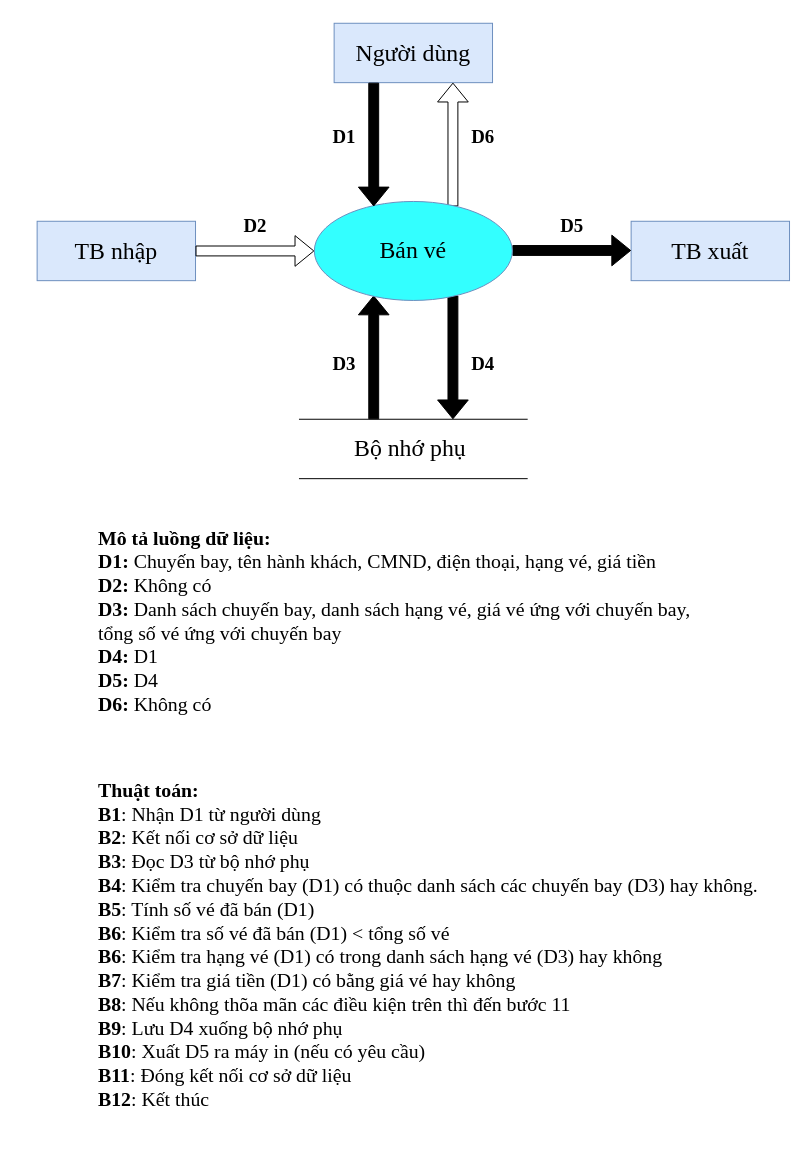
The draw.io diagram DFD/yc2_luu_tru.drawio in phat9824/Flight_ticket_manegement, before the edit. Source tidied: cells renumbered, new cells numbered last; positions are measured from the earlier drawing's top-left corner, leaving out a move shared by most shapes. Both pictures are drawn from the tidied source at 99%, with x=0, y=0 at pixel (37, 23).
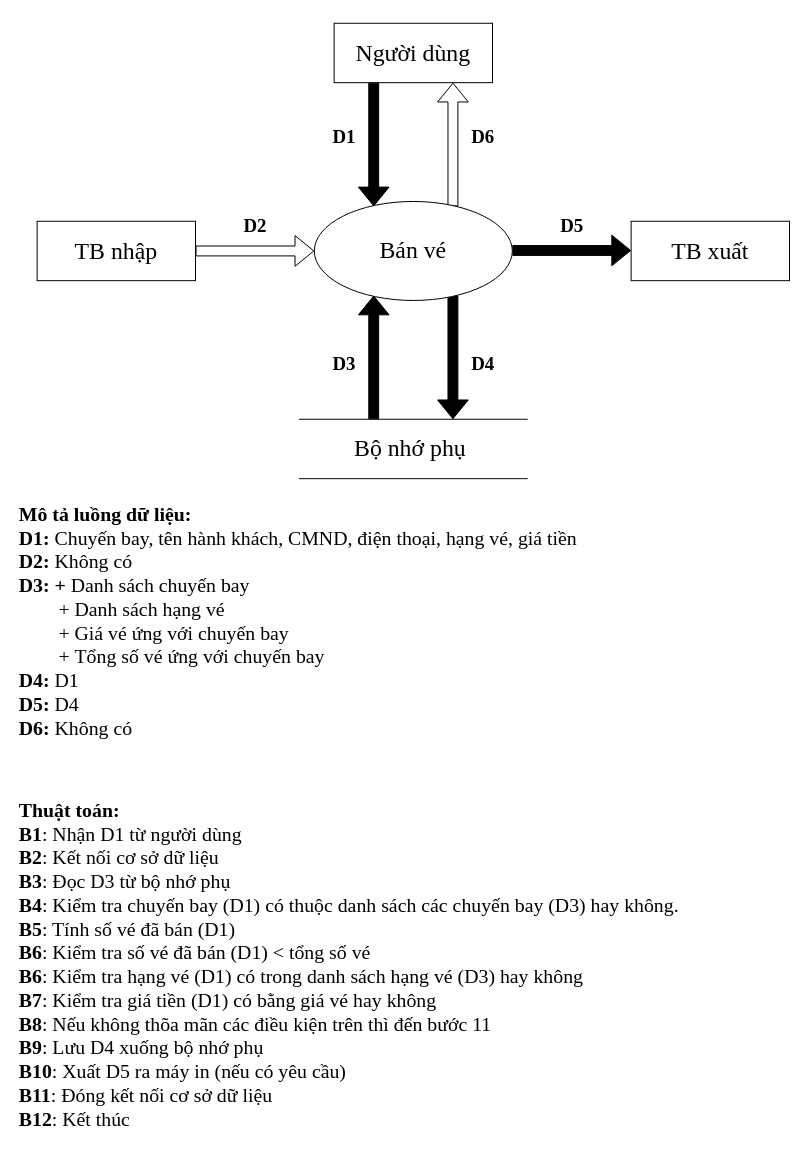
After the change.

Change to the diagram source:
```diff
@@
-    <mxCell id="2" value="&lt;p style=&quot;line-height: 100%; font-size: 24px;&quot;&gt;&lt;font style=&quot;font-size: 24px;&quot;&gt;Người dùng&lt;/font&gt;&lt;/p&gt;" style="rounded=0;whiteSpace=wrap;html=1;fontFamily=Times New Roman;fontSize=24;fillColor=#dae8fc;strokeColor=#6c8ebf;" parent="1" vertex="1">
+    <mxCell id="2" value="&lt;p style=&quot;line-height: 100%; font-size: 24px;&quot;&gt;&lt;font style=&quot;font-size: 24px;&quot;&gt;Người dùng&lt;/font&gt;&lt;/p&gt;" style="rounded=0;whiteSpace=wrap;html=1;fontFamily=Times New Roman;fontSize=24;" parent="1" vertex="1">
       <mxGeometry x="300" width="160" height="60" as="geometry" />
     </mxCell>
@@
-    <mxCell id="4" value="&lt;p style=&quot;line-height: 100%; font-size: 24px;&quot;&gt;&lt;font style=&quot;font-size: 24px;&quot;&gt;TB nhập&lt;/font&gt;&lt;/p&gt;" style="rounded=0;whiteSpace=wrap;html=1;fontFamily=Times New Roman;fontSize=24;fillColor=#dae8fc;strokeColor=#6c8ebf;" parent="1" vertex="1">
+    <mxCell id="4" value="&lt;p style=&quot;line-height: 100%; font-size: 24px;&quot;&gt;&lt;font style=&quot;font-size: 24px;&quot;&gt;TB nhập&lt;/font&gt;&lt;/p&gt;" style="rounded=0;whiteSpace=wrap;html=1;fontFamily=Times New Roman;fontSize=24;" parent="1" vertex="1">
       <mxGeometry y="200" width="160" height="60" as="geometry" />
     </mxCell>
-    <mxCell id="5" value="&lt;p style=&quot;line-height: 100%; font-size: 24px;&quot;&gt;&lt;font style=&quot;font-size: 24px;&quot;&gt;TB xuất&lt;/font&gt;&lt;/p&gt;" style="rounded=0;whiteSpace=wrap;html=1;fontFamily=Times New Roman;fontSize=24;fillColor=#dae8fc;strokeColor=#6c8ebf;" parent="1" vertex="1">
+    <mxCell id="5" value="&lt;p style=&quot;line-height: 100%; font-size: 24px;&quot;&gt;&lt;font style=&quot;font-size: 24px;&quot;&gt;TB xuất&lt;/font&gt;&lt;/p&gt;" style="rounded=0;whiteSpace=wrap;html=1;fontFamily=Times New Roman;fontSize=24;" parent="1" vertex="1">
       <mxGeometry x="600" y="200" width="160" height="60" as="geometry" />
     </mxCell>
@@
-    <mxCell id="11" value="&lt;font style=&quot;font-size: 24px;&quot;&gt;Bán vé&lt;/font&gt;" style="ellipse;whiteSpace=wrap;html=1;fontFamily=Times New Roman;fontSize=24;fillColor=#33FFFF;strokeColor=#6c8ebf;" parent="1" vertex="1">
+    <mxCell id="11" value="&lt;font style=&quot;font-size: 24px;&quot;&gt;Bán vé&lt;/font&gt;" style="ellipse;whiteSpace=wrap;html=1;fontFamily=Times New Roman;fontSize=24;" parent="1" vertex="1">
       <mxGeometry x="280" y="180" width="200" height="100" as="geometry" />
     </mxCell>
@@
-    <mxCell id="19" value="&lt;font face=&quot;Times New Roman&quot; style=&quot;font-size: 20px;&quot;&gt;&lt;b&gt;Mô tả luồng dữ liệu:&lt;br&gt;D1: &lt;/b&gt;Chuyến bay, tên hành khách, CMND, điện thoại, hạng vé, giá tiền&lt;br&gt;&lt;div style=&quot;&quot;&gt;&lt;b style=&quot;background-color: initial;&quot;&gt;D2: &lt;/b&gt;&lt;span style=&quot;background-color: initial;&quot;&gt;Không có&lt;/span&gt;&lt;/div&gt;&lt;b&gt;D3: &lt;/b&gt;Danh sách chuyến bay, danh sách hạng vé, giá vé ứng với chuyến bay, tổng số vé ứng với chuyến bay&lt;br&gt;&lt;b&gt;D4: &lt;/b&gt;D1&lt;br&gt;&lt;b&gt;D5: &lt;/b&gt;D4&lt;br&gt;&lt;b&gt;D6: &lt;/b&gt;Không có&lt;/font&gt;" style="text;html=1;align=left;verticalAlign=middle;whiteSpace=wrap;rounded=0;" parent="1" vertex="1">
-      <mxGeometry x="60" y="490" width="610" height="225" as="geometry" />
+    <mxCell id="19" value="&lt;font face=&quot;Times New Roman&quot; style=&quot;font-size: 20px;&quot;&gt;&lt;b&gt;Mô tả luồng dữ liệu:&lt;br&gt;D1: &lt;/b&gt;Chuyến bay, tên hành khách, CMND, điện thoại, hạng vé, giá tiền&lt;br&gt;&lt;div style=&quot;&quot;&gt;&lt;b style=&quot;background-color: initial;&quot;&gt;D2: &lt;/b&gt;&lt;span style=&quot;background-color: initial;&quot;&gt;Không có&lt;/span&gt;&lt;/div&gt;&lt;b&gt;D3: +&amp;nbsp;&lt;/b&gt;Danh sách chuyến bay&lt;br&gt;&lt;span style=&quot;white-space: pre;&quot;&gt;&#9;&lt;/span&gt;+&amp;nbsp;Danh sách hạng vé&lt;br&gt;&lt;span style=&quot;white-space: pre;&quot;&gt;&#9;&lt;/span&gt;+ Giá vé ứng với chuyến bay&lt;br&gt;&lt;span style=&quot;white-space: pre;&quot;&gt;&#9;&lt;/span&gt;+&amp;nbsp;Tổng số vé ứng với chuyến bay&lt;br&gt;&lt;b&gt;D4: &lt;/b&gt;D1&lt;br&gt;&lt;b&gt;D5: &lt;/b&gt;D4&lt;br&gt;&lt;b&gt;D6: &lt;/b&gt;Không có&lt;/font&gt;" style="text;html=1;align=left;verticalAlign=middle;whiteSpace=wrap;rounded=0;" parent="1" vertex="1">
+      <mxGeometry x="-20" y="490" width="610" height="225" as="geometry" />
     </mxCell>
     <mxCell id="20" value="&lt;font style=&quot;font-size: 20px;&quot;&gt;&lt;font face=&quot;Times New Roman&quot;&gt;&lt;b&gt;Thuật toán:&lt;br&gt;B1&lt;/b&gt;: Nhận D1 từ người dùng&lt;br&gt;&lt;b&gt;B2&lt;/b&gt;: Kết nối cơ sở dữ liệu&lt;br&gt;&lt;b&gt;B3&lt;/b&gt;: Đọc D3 từ bộ nhớ phụ&lt;br&gt;&lt;b&gt;B4&lt;/b&gt;: Kiểm tra chuyến bay (D1) có thuộc danh sách các chuyến bay (D3) hay không.&lt;br&gt;&lt;b&gt;B5&lt;/b&gt;: Tính số vé đã bán (D1)&lt;br&gt;&lt;b&gt;B6&lt;/b&gt;: Kiểm tra số vé đã bán (D1) &amp;lt; tổng số vé&lt;br&gt;&lt;b&gt;B6&lt;/b&gt;: Kiểm tra hạng vé (D1) có trong danh sách hạng vé (D3) hay không&lt;br&gt;&lt;b&gt;B7&lt;/b&gt;: Kiểm tra giá tiền (D1) có bằng giá vé hay không&lt;br&gt;&lt;b&gt;B8&lt;/b&gt;: Nếu không thõa mãn các điều kiện trên thì đến bước 11&lt;br&gt;&lt;b&gt;B9&lt;/b&gt;: Lưu D4 xuống bộ nhớ phụ&lt;br&gt;&lt;b&gt;B10&lt;/b&gt;: Xuất D5 ra máy in (nếu có yêu cầu)&lt;br&gt;&lt;b&gt;B11&lt;/b&gt;: Đóng kết nối cơ sở dữ liệu&lt;br&gt;&lt;b&gt;B12&lt;/b&gt;: Kết thúc&lt;/font&gt;&lt;br&gt;&lt;/font&gt;" style="text;html=1;align=left;verticalAlign=middle;whiteSpace=wrap;rounded=0;" parent="1" vertex="1">
-      <mxGeometry x="60" y="750" width="680" height="360" as="geometry" />
+      <mxGeometry x="-20" y="770" width="680" height="360" as="geometry" />
     </mxCell>
```
